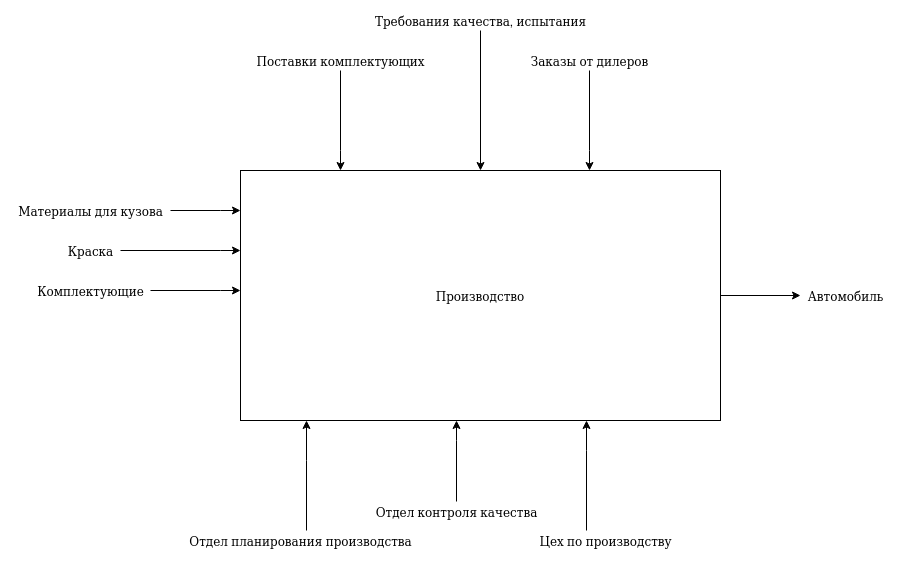
The draw.io diagram analysis/context.png in Krock21/bash, before a commit. Source tidied: cells renumbered, new cells last; positions are measured from the earlier drawing's top-left corner, leaving out a move shared by most shapes.
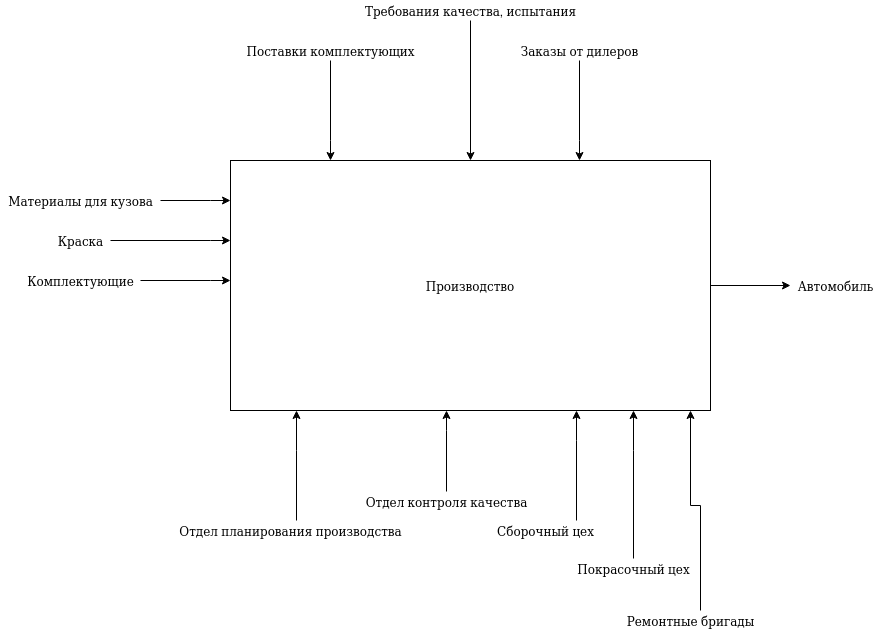
The same file after the commit.

Diff of the diagram source:
```diff
@@ -38,8 +38,8 @@
         </Array>
       </mxGeometry>
     </mxCell>
-    <mxCell id="9" value="Цех по производству" style="text;html=1;align=center;verticalAlign=middle;points=[];" parent="1" vertex="1">
-      <mxGeometry x="520" y="520" width="150" height="20" as="geometry" />
+    <mxCell id="9" value="Сборочный цех" style="text;html=1;align=center;verticalAlign=middle;points=[];" parent="1" vertex="1">
+      <mxGeometry x="490" y="520" width="110" height="20" as="geometry" />
     </mxCell>
     <mxCell id="10" value="&lt;div&gt;Автомобиль&lt;/div&gt;" style="text;html=1;align=center;verticalAlign=middle;points=[];" parent="1" vertex="1">
       <mxGeometry x="790" y="275" width="90" height="20" as="geometry" />
@@ -105,5 +105,27 @@
     <mxCell id="22" value="Требования качества, испытания" style="text;html=1;align=center;verticalAlign=middle;points=[];" parent="1" vertex="1">
       <mxGeometry x="355" width="230" height="20" as="geometry" />
     </mxCell>
+    <mxCell id="23" style="edgeStyle=orthogonalEdgeStyle;rounded=0;jettySize=auto;html=1;" parent="1" edge="1" source="24" target="3">
+      <mxGeometry relative="1" as="geometry">
+        <Array as="points">
+          <mxPoint x="633" y="450" />
+          <mxPoint x="633" y="450" />
+        </Array>
+      </mxGeometry>
+    </mxCell>
+    <mxCell id="24" value="&lt;div&gt;Покрасочный цех&lt;/div&gt;" style="text;html=1;align=center;verticalAlign=middle;points=[];" parent="1" vertex="1">
+      <mxGeometry x="568" y="558" width="130" height="20" as="geometry" />
+    </mxCell>
+    <mxCell id="25" style="edgeStyle=orthogonalEdgeStyle;rounded=0;jettySize=auto;html=1;" parent="1" edge="1" source="26" target="3">
+      <mxGeometry relative="1" as="geometry">
+        <Array as="points">
+          <mxPoint x="700" y="505" />
+          <mxPoint x="690" y="505" />
+        </Array>
+      </mxGeometry>
+    </mxCell>
+    <mxCell id="26" value="Ремонтные бригады" style="text;html=1;align=center;verticalAlign=middle;points=[];" parent="1" vertex="1">
+      <mxGeometry x="620" y="610" width="140" height="20" as="geometry" />
+    </mxCell>
   </root>
 </mxGraphModel>
```
